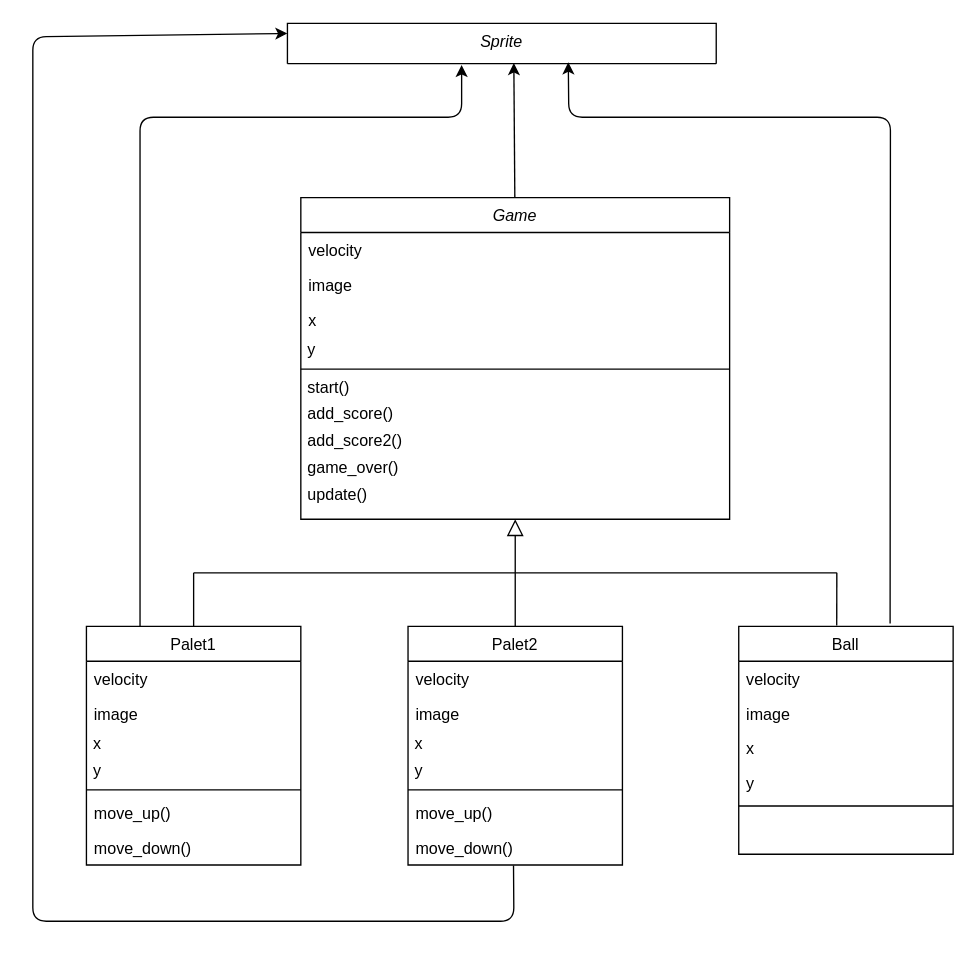
Earlier version of the draw.io diagram game /Untitled Diagram.drawio (Louna2301/oc20-). Source tidied: cells renumbered, new cells numbered last; positions are measured from the earlier drawing's top-left corner, leaving out a move shared by most shapes. Both pictures are drawn from the tidied source at 134%, with x=0, y=0 at pixel (32, 23).
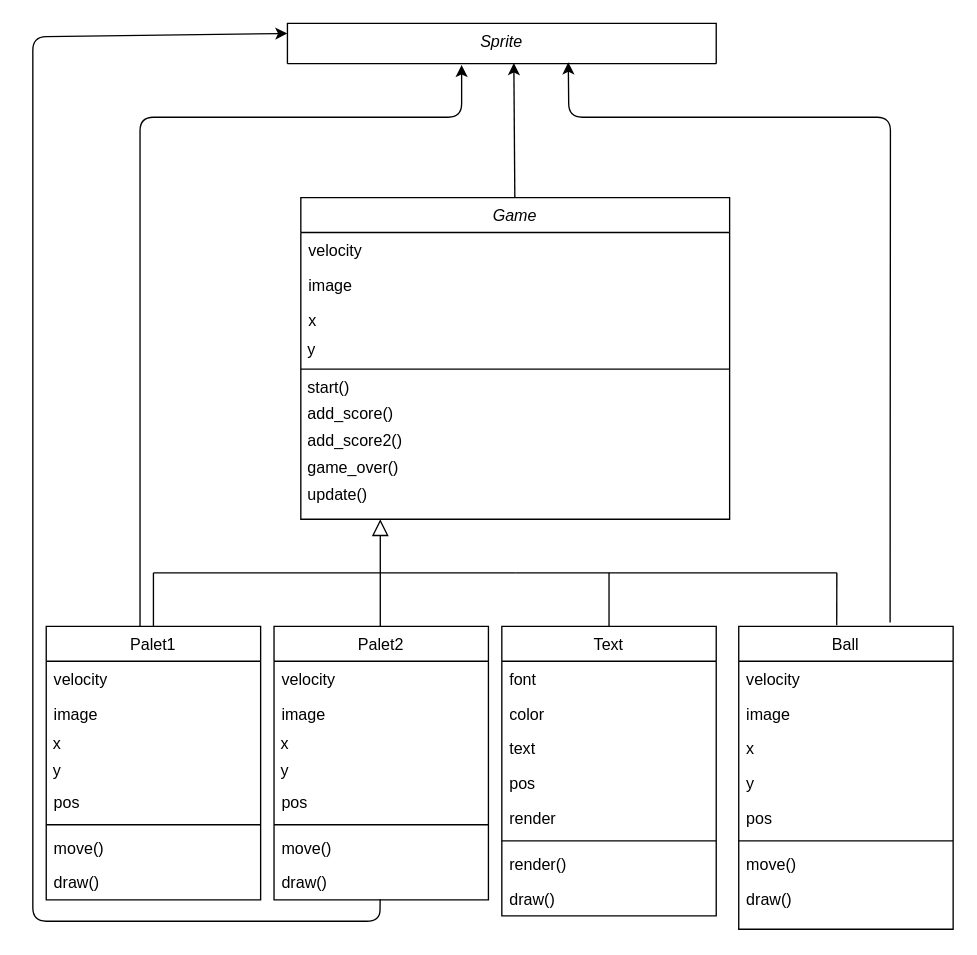
After the change.

Unchanged cells that the change refers to:
```xml
<mxCell id="42" value="Sprite" style="swimlane;fontStyle=2;align=center;verticalAlign=top;horizontal=1;startSize=30;rounded=0;shadow=0;strokeWidth=1;" parent="1" vertex="1">
  <mxGeometry x="190" width="320" height="30" as="geometry" />
</mxCell>
```

Change to the diagram source:
```diff
@@
     <mxCell id="13" value="Palet1" style="swimlane;fontStyle=0;align=center;verticalAlign=top;horizontal=1;startSize=26;rounded=0;shadow=0;strokeWidth=1;" parent="1" vertex="1">
-      <mxGeometry x="40" y="450" width="160" height="178" as="geometry" />
+      <mxGeometry x="10" y="450" width="160" height="204" as="geometry" />
     </mxCell>
@@
+    <mxCell id="45" value="pos" style="text;align=left;verticalAlign=top;spacingLeft=4;spacingRight=4;overflow=hidden;rounded=0;shadow=0;html=0;" parent="13" vertex="1">
+      <mxGeometry y="118" width="160" height="26" as="geometry" />
+    </mxCell>
     <mxCell id="18" style="line;html=1;strokeWidth=1;align=left;verticalAlign=middle;spacingTop=-1;spacingLeft=3;spacingRight=3;labelPosition=right;" parent="13" vertex="1">
-      <mxGeometry y="118" width="160" height="8" as="geometry" />
+      <mxGeometry y="144" width="160" height="8" as="geometry" />
     </mxCell>
-    <mxCell id="19" value="move_up()" style="text;align=left;verticalAlign=top;spacingLeft=4;spacingRight=4;overflow=hidden;fontStyle=0;" parent="13" vertex="1">
-      <mxGeometry y="126" width="160" height="26" as="geometry" />
+    <mxCell id="19" value="move()" style="text;align=left;verticalAlign=top;spacingLeft=4;spacingRight=4;overflow=hidden;fontStyle=0;" parent="13" vertex="1">
+      <mxGeometry y="152" width="160" height="26" as="geometry" />
     </mxCell>
-    <mxCell id="20" value="move_down()" style="text;align=left;verticalAlign=top;spacingLeft=4;spacingRight=4;overflow=hidden;" parent="13" vertex="1">
-      <mxGeometry y="152" width="160" height="26" as="geometry" />
-    </mxCell>
+    <mxCell id="46" value="draw()" style="text;align=left;verticalAlign=top;spacingLeft=4;spacingRight=4;overflow=hidden;fontStyle=0;" parent="13" vertex="1">
+      <mxGeometry y="178" width="160" height="26" as="geometry" />
+    </mxCell>
     <mxCell id="21" style="endArrow=block;endSize=10;endFill=0;shadow=0;strokeWidth=1;rounded=0;edgeStyle=elbowEdgeStyle;elbow=vertical;" parent="1" edge="1">
       <mxGeometry relative="1" as="geometry">
-        <mxPoint x="360" y="450" as="sourcePoint" />
-        <mxPoint x="360" y="370" as="targetPoint" />
+        <mxPoint x="259.3" y="450" as="sourcePoint" />
+        <mxPoint x="259.3" y="370" as="targetPoint" />
       </mxGeometry>
     </mxCell>
     <mxCell id="22" value="Ball" style="swimlane;fontStyle=0;align=center;verticalAlign=top;horizontal=1;startSize=26;rounded=0;shadow=0;strokeWidth=1;" parent="1" vertex="1">
-      <mxGeometry x="526.8" y="450" width="160" height="170" as="geometry" />
+      <mxGeometry x="526.8" y="450" width="160" height="226" as="geometry" />
     </mxCell>
@@
+    <mxCell id="47" value="pos" style="text;align=left;verticalAlign=top;spacingLeft=4;spacingRight=4;overflow=hidden;rounded=0;shadow=0;html=0;" parent="22" vertex="1">
+      <mxGeometry y="130" width="160" height="26" as="geometry" />
+    </mxCell>
     <mxCell id="27" style="line;html=1;strokeWidth=1;align=left;verticalAlign=middle;spacingTop=-1;spacingLeft=3;spacingRight=3;labelPosition=right;" parent="22" vertex="1">
-      <mxGeometry y="130" width="160" height="8" as="geometry" />
+      <mxGeometry y="156" width="160" height="8" as="geometry" />
     </mxCell>
+    <mxCell id="48" value="move()" style="text;align=left;verticalAlign=top;spacingLeft=4;spacingRight=4;overflow=hidden;fontStyle=0;" parent="22" vertex="1">
+      <mxGeometry y="164" width="160" height="26" as="geometry" />
+    </mxCell>
+    <mxCell id="49" value="draw()" style="text;align=left;verticalAlign=top;spacingLeft=4;spacingRight=4;overflow=hidden;fontStyle=0;" parent="22" vertex="1">
+      <mxGeometry y="190" width="160" height="20" as="geometry" />
+    </mxCell>
     <mxCell id="28" style="endArrow=none;html=1;" parent="1" edge="1">
       <mxGeometry relative="1" as="geometry">
-        <mxPoint x="120" y="410" as="sourcePoint" />
+        <mxPoint x="90" y="410" as="sourcePoint" />
         <mxPoint x="360" y="410" as="targetPoint" />
       </mxGeometry>
     </mxCell>
@@
     <mxCell id="30" style="endArrow=none;html=1;exitX=0.5;exitY=0;exitDx=0;exitDy=0;" parent="1" edge="1" source="13">
       <mxGeometry relative="1" as="geometry">
-        <mxPoint x="120" y="410" as="targetPoint" />
+        <mxPoint x="90" y="410" as="targetPoint" />
       </mxGeometry>
     </mxCell>
@@
     <mxCell id="32" value="Palet2" style="swimlane;fontStyle=0;align=center;verticalAlign=top;horizontal=1;startSize=26;rounded=0;shadow=0;strokeWidth=1;" parent="1" vertex="1">
-      <mxGeometry x="280" y="450" width="160" height="178" as="geometry" />
+      <mxGeometry x="180" y="450" width="160" height="204" as="geometry" />
     </mxCell>
@@
+    <mxCell id="50" value="pos" style="text;align=left;verticalAlign=top;spacingLeft=4;spacingRight=4;overflow=hidden;rounded=0;shadow=0;html=0;" parent="32" vertex="1">
+      <mxGeometry y="118" width="160" height="26" as="geometry" />
+    </mxCell>
     <mxCell id="37" style="line;html=1;strokeWidth=1;align=left;verticalAlign=middle;spacingTop=-1;spacingLeft=3;spacingRight=3;labelPosition=right;" parent="32" vertex="1">
-      <mxGeometry y="118" width="160" height="8" as="geometry" />
+      <mxGeometry y="144" width="160" height="8" as="geometry" />
     </mxCell>
-    <mxCell id="38" value="move_up()" style="text;align=left;verticalAlign=top;spacingLeft=4;spacingRight=4;overflow=hidden;fontStyle=0;" parent="32" vertex="1">
-      <mxGeometry y="126" width="160" height="26" as="geometry" />
+    <mxCell id="38" value="move()" style="text;align=left;verticalAlign=top;spacingLeft=4;spacingRight=4;overflow=hidden;fontStyle=0;" parent="32" vertex="1">
+      <mxGeometry y="152" width="160" height="26" as="geometry" />
     </mxCell>
-    <mxCell id="39" value="move_down()" style="text;align=left;verticalAlign=top;spacingLeft=4;spacingRight=4;overflow=hidden;points=[[0,0.5],[1,0.5]];portConstraint=eastwest;" parent="32" vertex="1">
-      <mxGeometry y="152" width="160" height="26" as="geometry" />
-    </mxCell>
+    <mxCell id="51" value="draw()" style="text;align=left;verticalAlign=top;spacingLeft=4;spacingRight=4;overflow=hidden;points=[[0,0.5],[1,0.5]];portConstraint=eastwest;fontStyle=0;" parent="32" vertex="1">
+      <mxGeometry y="178" width="160" height="26" as="geometry" />
+    </mxCell>
@@
-    <mxCell id="41" style="endArrow=classic;html=1;exitX=0.492;exitY=1.016;exitDx=0;exitDy=0;exitPerimeter=0;entryX=0;entryY=0.25;entryDx=0;entryDy=0;" parent="1" edge="1" source="39" target="42">
+    <mxCell id="41" style="endArrow=classic;html=1;entryX=0;entryY=0.25;entryDx=0;entryDy=0;exitX=0.495;exitY=0.984;exitDx=0;exitDy=0;exitPerimeter=0;" parent="1" edge="1" source="51" target="42">
       <mxGeometry relative="1" as="geometry">
         <Array as="points">
-          <mxPoint x="359" y="670" />
+          <mxPoint x="259" y="670" />
           <mxPoint y="670" />
           <mxPoint y="10" />
         </Array>
       </mxGeometry>
     </mxCell>
@@
+    <mxCell id="52" value="Text" style="swimlane;fontStyle=0;align=center;verticalAlign=top;horizontal=1;startSize=26;rounded=0;shadow=0;strokeWidth=1;" parent="1" vertex="1">
+      <mxGeometry x="350" y="450" width="160" height="216" as="geometry" />
+    </mxCell>
+    <mxCell id="53" value="font" style="text;align=left;verticalAlign=top;spacingLeft=4;spacingRight=4;overflow=hidden;" parent="52" vertex="1">
+      <mxGeometry y="26" width="160" height="26" as="geometry" />
+    </mxCell>
+    <mxCell id="54" value="color" style="text;align=left;verticalAlign=top;spacingLeft=4;spacingRight=4;overflow=hidden;rounded=0;shadow=0;html=0;" parent="52" vertex="1">
+      <mxGeometry y="52" width="160" height="26" as="geometry" />
+    </mxCell>
+    <mxCell id="55" value="text" style="text;align=left;verticalAlign=top;spacingLeft=4;spacingRight=4;overflow=hidden;rounded=0;shadow=0;html=0;" parent="52" vertex="1">
+      <mxGeometry y="78" width="160" height="26" as="geometry" />
+    </mxCell>
+    <mxCell id="56" value="pos" style="text;align=left;verticalAlign=top;spacingLeft=4;spacingRight=4;overflow=hidden;rounded=0;shadow=0;html=0;" parent="52" vertex="1">
+      <mxGeometry y="104" width="160" height="26" as="geometry" />
+    </mxCell>
+    <mxCell id="57" value="render" style="text;align=left;verticalAlign=top;spacingLeft=4;spacingRight=4;overflow=hidden;rounded=0;shadow=0;html=0;" parent="52" vertex="1">
+      <mxGeometry y="130" width="160" height="26" as="geometry" />
+    </mxCell>
+    <mxCell id="58" style="line;html=1;strokeWidth=1;align=left;verticalAlign=middle;spacingTop=-1;spacingLeft=3;spacingRight=3;labelPosition=right;" parent="52" vertex="1">
+      <mxGeometry y="156" width="160" height="8" as="geometry" />
+    </mxCell>
+    <mxCell id="59" value="render()" style="text;align=left;verticalAlign=top;spacingLeft=4;spacingRight=4;overflow=hidden;fontStyle=0;" parent="52" vertex="1">
+      <mxGeometry y="164" width="160" height="26" as="geometry" />
+    </mxCell>
+    <mxCell id="60" value="draw()" style="text;align=left;verticalAlign=top;spacingLeft=4;spacingRight=4;overflow=hidden;fontStyle=0;" parent="52" vertex="1">
+      <mxGeometry y="190" width="160" height="26" as="geometry" />
+    </mxCell>
+    <mxCell id="61" style="endArrow=none;html=1;" parent="1" edge="1">
+      <mxGeometry relative="1" as="geometry">
+        <mxPoint x="430" y="450" as="sourcePoint" />
+        <mxPoint x="430" y="410" as="targetPoint" />
+      </mxGeometry>
+    </mxCell>
```
